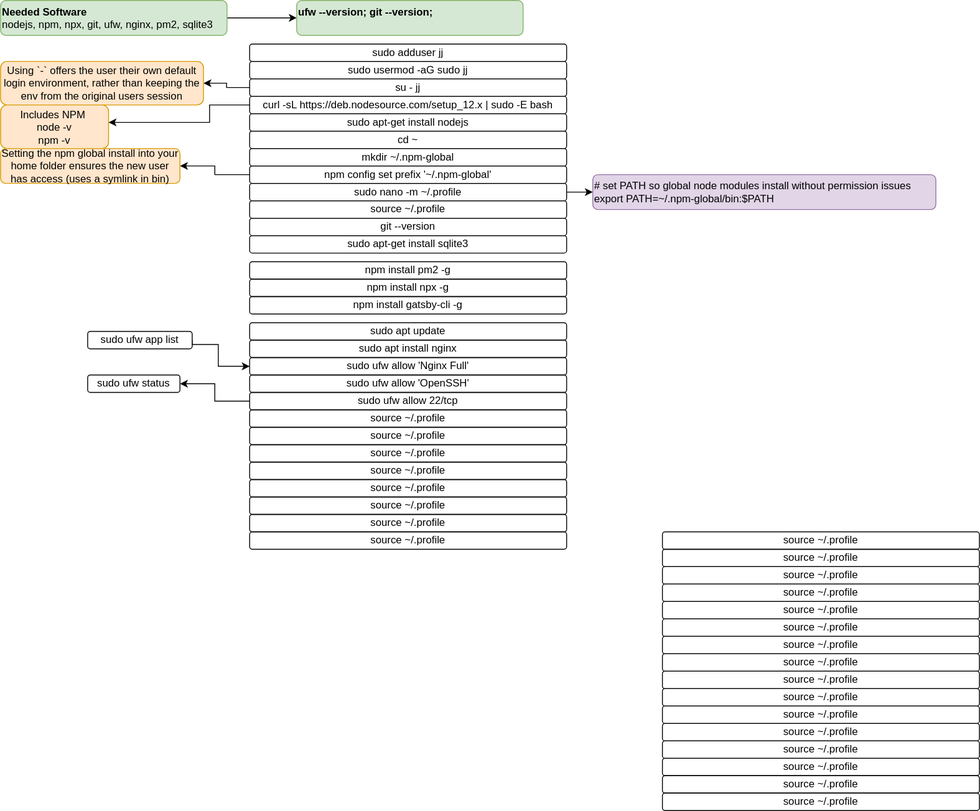
Above: svg/nginx-production.svg in clementsjj/strapsby (draw.io), before the change. Source tidied: cells renumbered, new cells last; positions are measured from the earlier drawing's top-left corner, leaving out a move shared by most shapes.
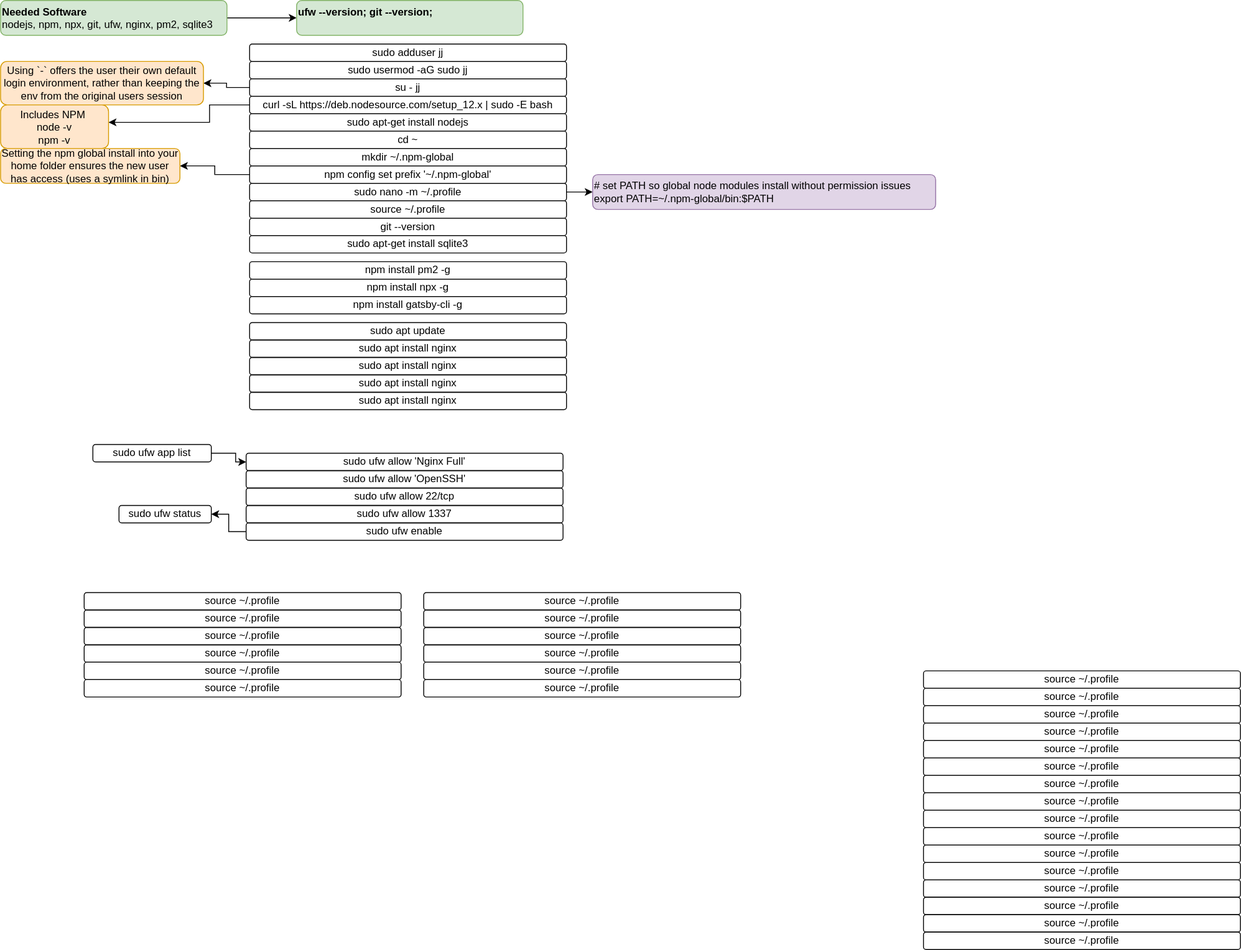
The same file after the commit.

Diff of the diagram source:
```diff
@@ -95,102 +95,129 @@
       <mxGeometry x="286" y="390" width="364" height="20" as="geometry" />
     </mxCell>
     <mxCell id="31" value="sudo ufw allow 'Nginx Full'" style="text;html=1;strokeColor=#000000;fillColor=none;align=center;verticalAlign=middle;whiteSpace=wrap;rounded=1;glass=0;" parent="1" vertex="1">
-      <mxGeometry x="286" y="410" width="364" height="20" as="geometry" />
+      <mxGeometry x="282" y="520" width="364" height="20" as="geometry" />
     </mxCell>
-    <mxCell id="32" style="edgeStyle=orthogonalEdgeStyle;rounded=0;jettySize=auto;html=1;fontFamily=Helvetica;exitX=0;exitY=0.5;exitDx=0;exitDy=0;" parent="1" edge="1" source="35" target="34">
+    <mxCell id="32" style="edgeStyle=orthogonalEdgeStyle;rounded=0;jettySize=auto;html=1;fontFamily=Helvetica;exitX=0;exitY=0.5;exitDx=0;exitDy=0;entryX=1;entryY=0.5;entryDx=0;entryDy=0;" parent="1" edge="1" source="37" target="34">
       <mxGeometry relative="1" as="geometry" />
     </mxCell>
     <mxCell id="33" value="sudo ufw allow 'OpenSSH'" style="text;html=1;strokeColor=#000000;fillColor=none;align=center;verticalAlign=middle;whiteSpace=wrap;rounded=1;glass=0;" parent="1" vertex="1">
-      <mxGeometry x="286" y="430" width="364" height="20" as="geometry" />
+      <mxGeometry x="282" y="540" width="364" height="20" as="geometry" />
     </mxCell>
     <mxCell id="34" value="sudo ufw status" style="text;html=1;strokeColor=#000000;fillColor=none;align=center;verticalAlign=middle;whiteSpace=wrap;rounded=1;glass=0;" parent="1" vertex="1">
-      <mxGeometry x="100" y="430" width="106" height="20" as="geometry" />
+      <mxGeometry x="136" y="580" width="106" height="20" as="geometry" />
     </mxCell>
     <mxCell id="35" value="sudo ufw allow 22/tcp" style="text;html=1;strokeColor=#000000;fillColor=none;align=center;verticalAlign=middle;whiteSpace=wrap;rounded=1;glass=0;" parent="1" vertex="1">
-      <mxGeometry x="286" y="450" width="364" height="20" as="geometry" />
+      <mxGeometry x="282" y="560" width="364" height="20" as="geometry" />
     </mxCell>
-    <mxCell id="36" value="source ~/.profile" style="text;html=1;strokeColor=#000000;fillColor=none;align=center;verticalAlign=middle;whiteSpace=wrap;rounded=1;glass=0;" parent="1" vertex="1">
-      <mxGeometry x="286" y="470" width="364" height="20" as="geometry" />
+    <mxCell id="36" value="sudo ufw allow 1337" style="text;html=1;strokeColor=#000000;fillColor=none;align=center;verticalAlign=middle;whiteSpace=wrap;rounded=1;glass=0;" parent="1" vertex="1">
+      <mxGeometry x="282" y="580" width="364" height="20" as="geometry" />
     </mxCell>
-    <mxCell id="37" value="source ~/.profile" style="text;html=1;strokeColor=#000000;fillColor=none;align=center;verticalAlign=middle;whiteSpace=wrap;rounded=1;glass=0;" parent="1" vertex="1">
-      <mxGeometry x="286" y="490" width="364" height="20" as="geometry" />
+    <mxCell id="37" value="sudo ufw enable" style="text;html=1;strokeColor=#000000;fillColor=none;align=center;verticalAlign=middle;whiteSpace=wrap;rounded=1;glass=0;" parent="1" vertex="1">
+      <mxGeometry x="282" y="600" width="364" height="20" as="geometry" />
     </mxCell>
     <mxCell id="38" value="source ~/.profile" style="text;html=1;strokeColor=#000000;fillColor=none;align=center;verticalAlign=middle;whiteSpace=wrap;rounded=1;glass=0;" parent="1" vertex="1">
-      <mxGeometry x="286" y="510" width="364" height="20" as="geometry" />
+      <mxGeometry x="96" y="680" width="364" height="20" as="geometry" />
     </mxCell>
     <mxCell id="39" value="source ~/.profile" style="text;html=1;strokeColor=#000000;fillColor=none;align=center;verticalAlign=middle;whiteSpace=wrap;rounded=1;glass=0;" parent="1" vertex="1">
-      <mxGeometry x="286" y="530" width="364" height="20" as="geometry" />
+      <mxGeometry x="96" y="700" width="364" height="20" as="geometry" />
     </mxCell>
     <mxCell id="40" value="source ~/.profile" style="text;html=1;strokeColor=#000000;fillColor=none;align=center;verticalAlign=middle;whiteSpace=wrap;rounded=1;glass=0;" parent="1" vertex="1">
-      <mxGeometry x="286" y="550" width="364" height="20" as="geometry" />
+      <mxGeometry x="96" y="720" width="364" height="20" as="geometry" />
     </mxCell>
     <mxCell id="41" value="source ~/.profile" style="text;html=1;strokeColor=#000000;fillColor=none;align=center;verticalAlign=middle;whiteSpace=wrap;rounded=1;glass=0;" parent="1" vertex="1">
-      <mxGeometry x="286" y="570" width="364" height="20" as="geometry" />
+      <mxGeometry x="96" y="740" width="364" height="20" as="geometry" />
     </mxCell>
     <mxCell id="42" value="source ~/.profile" style="text;html=1;strokeColor=#000000;fillColor=none;align=center;verticalAlign=middle;whiteSpace=wrap;rounded=1;glass=0;" parent="1" vertex="1">
-      <mxGeometry x="286" y="590" width="364" height="20" as="geometry" />
+      <mxGeometry x="96" y="760" width="364" height="20" as="geometry" />
     </mxCell>
     <mxCell id="43" value="source ~/.profile" style="text;html=1;strokeColor=#000000;fillColor=none;align=center;verticalAlign=middle;whiteSpace=wrap;rounded=1;glass=0;" parent="1" vertex="1">
-      <mxGeometry x="286" y="610" width="364" height="20" as="geometry" />
+      <mxGeometry x="96" y="780" width="364" height="20" as="geometry" />
     </mxCell>
     <mxCell id="44" value="source ~/.profile" style="text;html=1;strokeColor=#000000;fillColor=none;align=center;verticalAlign=middle;whiteSpace=wrap;rounded=1;glass=0;" parent="1" vertex="1">
-      <mxGeometry x="760" y="610" width="364" height="20" as="geometry" />
+      <mxGeometry x="1060" y="770" width="364" height="20" as="geometry" />
     </mxCell>
     <mxCell id="45" value="source ~/.profile" style="text;html=1;strokeColor=#000000;fillColor=none;align=center;verticalAlign=middle;whiteSpace=wrap;rounded=1;glass=0;" parent="1" vertex="1">
-      <mxGeometry x="760" y="630" width="364" height="20" as="geometry" />
+      <mxGeometry x="1060" y="790" width="364" height="20" as="geometry" />
     </mxCell>
     <mxCell id="46" value="source ~/.profile" style="text;html=1;strokeColor=#000000;fillColor=none;align=center;verticalAlign=middle;whiteSpace=wrap;rounded=1;glass=0;" parent="1" vertex="1">
-      <mxGeometry x="760" y="650" width="364" height="20" as="geometry" />
+      <mxGeometry x="1060" y="810" width="364" height="20" as="geometry" />
     </mxCell>
     <mxCell id="47" value="source ~/.profile" style="text;html=1;strokeColor=#000000;fillColor=none;align=center;verticalAlign=middle;whiteSpace=wrap;rounded=1;glass=0;" parent="1" vertex="1">
-      <mxGeometry x="760" y="670" width="364" height="20" as="geometry" />
+      <mxGeometry x="1060" y="830" width="364" height="20" as="geometry" />
     </mxCell>
     <mxCell id="48" value="source ~/.profile" style="text;html=1;strokeColor=#000000;fillColor=none;align=center;verticalAlign=middle;whiteSpace=wrap;rounded=1;glass=0;" parent="1" vertex="1">
-      <mxGeometry x="760" y="690" width="364" height="20" as="geometry" />
+      <mxGeometry x="1060" y="850" width="364" height="20" as="geometry" />
     </mxCell>
     <mxCell id="49" value="source ~/.profile" style="text;html=1;strokeColor=#000000;fillColor=none;align=center;verticalAlign=middle;whiteSpace=wrap;rounded=1;glass=0;" parent="1" vertex="1">
-      <mxGeometry x="760" y="710" width="364" height="20" as="geometry" />
+      <mxGeometry x="1060" y="870" width="364" height="20" as="geometry" />
     </mxCell>
     <mxCell id="50" value="source ~/.profile" style="text;html=1;strokeColor=#000000;fillColor=none;align=center;verticalAlign=middle;whiteSpace=wrap;rounded=1;glass=0;" parent="1" vertex="1">
-      <mxGeometry x="760" y="730" width="364" height="20" as="geometry" />
+      <mxGeometry x="1060" y="890" width="364" height="20" as="geometry" />
     </mxCell>
     <mxCell id="51" value="source ~/.profile" style="text;html=1;strokeColor=#000000;fillColor=none;align=center;verticalAlign=middle;whiteSpace=wrap;rounded=1;glass=0;" parent="1" vertex="1">
-      <mxGeometry x="760" y="750" width="364" height="20" as="geometry" />
+      <mxGeometry x="1060" y="910" width="364" height="20" as="geometry" />
     </mxCell>
     <mxCell id="52" value="source ~/.profile" style="text;html=1;strokeColor=#000000;fillColor=none;align=center;verticalAlign=middle;whiteSpace=wrap;rounded=1;glass=0;" parent="1" vertex="1">
-      <mxGeometry x="760" y="770" width="364" height="20" as="geometry" />
+      <mxGeometry x="1060" y="930" width="364" height="20" as="geometry" />
     </mxCell>
     <mxCell id="53" value="source ~/.profile" style="text;html=1;strokeColor=#000000;fillColor=none;align=center;verticalAlign=middle;whiteSpace=wrap;rounded=1;glass=0;" parent="1" vertex="1">
-      <mxGeometry x="760" y="790" width="364" height="20" as="geometry" />
+      <mxGeometry x="1060" y="950" width="364" height="20" as="geometry" />
     </mxCell>
     <mxCell id="54" value="source ~/.profile" style="text;html=1;strokeColor=#000000;fillColor=none;align=center;verticalAlign=middle;whiteSpace=wrap;rounded=1;glass=0;" parent="1" vertex="1">
-      <mxGeometry x="760" y="810" width="364" height="20" as="geometry" />
+      <mxGeometry x="1060" y="970" width="364" height="20" as="geometry" />
     </mxCell>
     <mxCell id="55" value="source ~/.profile" style="text;html=1;strokeColor=#000000;fillColor=none;align=center;verticalAlign=middle;whiteSpace=wrap;rounded=1;glass=0;" parent="1" vertex="1">
-      <mxGeometry x="760" y="830" width="364" height="20" as="geometry" />
+      <mxGeometry x="1060" y="990" width="364" height="20" as="geometry" />
     </mxCell>
     <mxCell id="56" value="source ~/.profile" style="text;html=1;strokeColor=#000000;fillColor=none;align=center;verticalAlign=middle;whiteSpace=wrap;rounded=1;glass=0;" parent="1" vertex="1">
-      <mxGeometry x="760" y="850" width="364" height="20" as="geometry" />
+      <mxGeometry x="1060" y="1010" width="364" height="20" as="geometry" />
     </mxCell>
     <mxCell id="57" value="source ~/.profile" style="text;html=1;strokeColor=#000000;fillColor=none;align=center;verticalAlign=middle;whiteSpace=wrap;rounded=1;glass=0;" parent="1" vertex="1">
-      <mxGeometry x="760" y="870" width="364" height="20" as="geometry" />
+      <mxGeometry x="1060" y="1030" width="364" height="20" as="geometry" />
     </mxCell>
     <mxCell id="58" value="source ~/.profile" style="text;html=1;strokeColor=#000000;fillColor=none;align=center;verticalAlign=middle;whiteSpace=wrap;rounded=1;glass=0;" parent="1" vertex="1">
-      <mxGeometry x="760" y="890" width="364" height="20" as="geometry" />
+      <mxGeometry x="1060" y="1050" width="364" height="20" as="geometry" />
     </mxCell>
     <mxCell id="59" value="source ~/.profile" style="text;html=1;strokeColor=#000000;fillColor=none;align=center;verticalAlign=middle;whiteSpace=wrap;rounded=1;glass=0;" parent="1" vertex="1">
-      <mxGeometry x="760" y="910" width="364" height="20" as="geometry" />
+      <mxGeometry x="1060" y="1070" width="364" height="20" as="geometry" />
     </mxCell>
     <mxCell id="60" style="edgeStyle=orthogonalEdgeStyle;rounded=0;jettySize=auto;html=1;fontFamily=Helvetica;exitX=1;exitY=0.5;exitDx=0;exitDy=0;entryX=0;entryY=0.5;entryDx=0;entryDy=0;" parent="1" edge="1" source="61" target="31">
       <mxGeometry relative="1" as="geometry">
         <Array as="points">
-          <mxPoint x="250" y="395" />
-          <mxPoint x="250" y="420" />
+          <mxPoint x="270" y="520" />
+          <mxPoint x="270" y="530" />
         </Array>
       </mxGeometry>
     </mxCell>
     <mxCell id="61" value="sudo ufw app list" style="rounded=1;whiteSpace=wrap;html=1;glass=0;strokeColor=#000000;fontFamily=Helvetica;align=center;" parent="1" vertex="1">
-      <mxGeometry x="100" y="380" width="120" height="20" as="geometry" />
+      <mxGeometry x="106" y="510" width="136" height="20" as="geometry" />
     </mxCell>
+    <mxCell id="62" value="source ~/.profile" style="text;html=1;strokeColor=#000000;fillColor=none;align=center;verticalAlign=middle;whiteSpace=wrap;rounded=1;glass=0;" parent="1" vertex="1">
+      <mxGeometry x="486" y="680" width="364" height="20" as="geometry" />
+    </mxCell>
+    <mxCell id="63" value="source ~/.profile" style="text;html=1;strokeColor=#000000;fillColor=none;align=center;verticalAlign=middle;whiteSpace=wrap;rounded=1;glass=0;" parent="1" vertex="1">
+      <mxGeometry x="486" y="700" width="364" height="20" as="geometry" />
+    </mxCell>
+    <mxCell id="64" value="source ~/.profile" style="text;html=1;strokeColor=#000000;fillColor=none;align=center;verticalAlign=middle;whiteSpace=wrap;rounded=1;glass=0;" parent="1" vertex="1">
+      <mxGeometry x="486" y="720" width="364" height="20" as="geometry" />
+    </mxCell>
+    <mxCell id="65" value="source ~/.profile" style="text;html=1;strokeColor=#000000;fillColor=none;align=center;verticalAlign=middle;whiteSpace=wrap;rounded=1;glass=0;" parent="1" vertex="1">
+      <mxGeometry x="486" y="740" width="364" height="20" as="geometry" />
+    </mxCell>
+    <mxCell id="66" value="source ~/.profile" style="text;html=1;strokeColor=#000000;fillColor=none;align=center;verticalAlign=middle;whiteSpace=wrap;rounded=1;glass=0;" parent="1" vertex="1">
+      <mxGeometry x="486" y="760" width="364" height="20" as="geometry" />
+    </mxCell>
+    <mxCell id="67" value="source ~/.profile" style="text;html=1;strokeColor=#000000;fillColor=none;align=center;verticalAlign=middle;whiteSpace=wrap;rounded=1;glass=0;" parent="1" vertex="1">
+      <mxGeometry x="486" y="780" width="364" height="20" as="geometry" />
+    </mxCell>
+    <mxCell id="68" value="sudo apt install nginx" style="text;html=1;strokeColor=#000000;fillColor=none;align=center;verticalAlign=middle;whiteSpace=wrap;rounded=1;glass=0;" parent="1" vertex="1">
+      <mxGeometry x="286" y="410" width="364" height="20" as="geometry" />
+    </mxCell>
+    <mxCell id="69" value="sudo apt install nginx" style="text;html=1;strokeColor=#000000;fillColor=none;align=center;verticalAlign=middle;whiteSpace=wrap;rounded=1;glass=0;" parent="1" vertex="1">
+      <mxGeometry x="286" y="430" width="364" height="20" as="geometry" />
+    </mxCell>
+    <mxCell id="70" value="sudo apt install nginx" style="text;html=1;strokeColor=#000000;fillColor=none;align=center;verticalAlign=middle;whiteSpace=wrap;rounded=1;glass=0;" parent="1" vertex="1">
+      <mxGeometry x="286" y="450" width="364" height="20" as="geometry" />
+    </mxCell>
   </root>
 </mxGraphModel>
```
